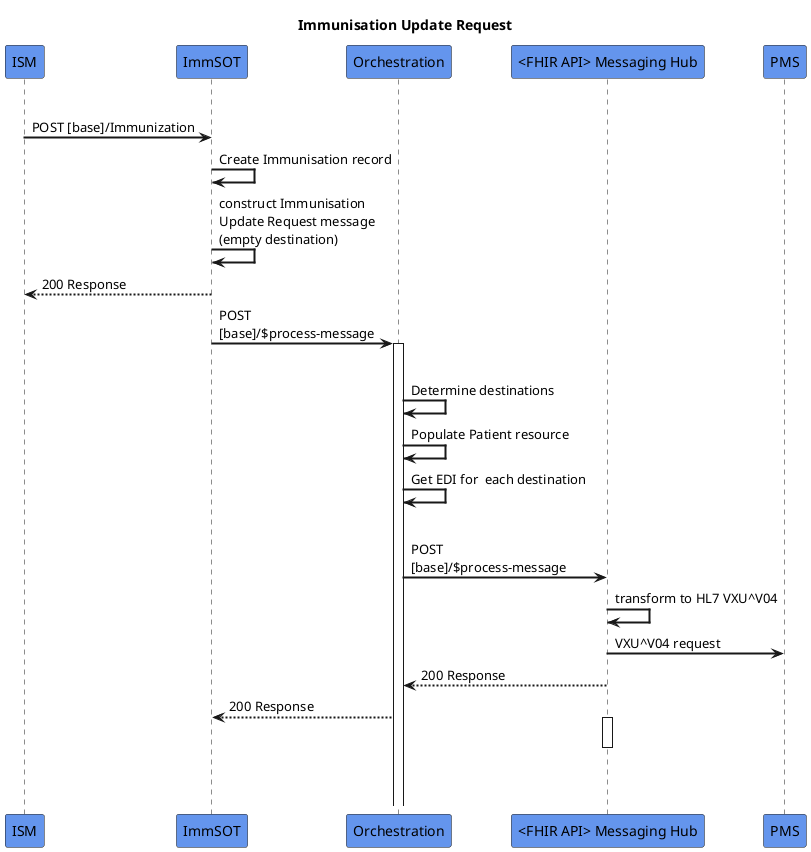
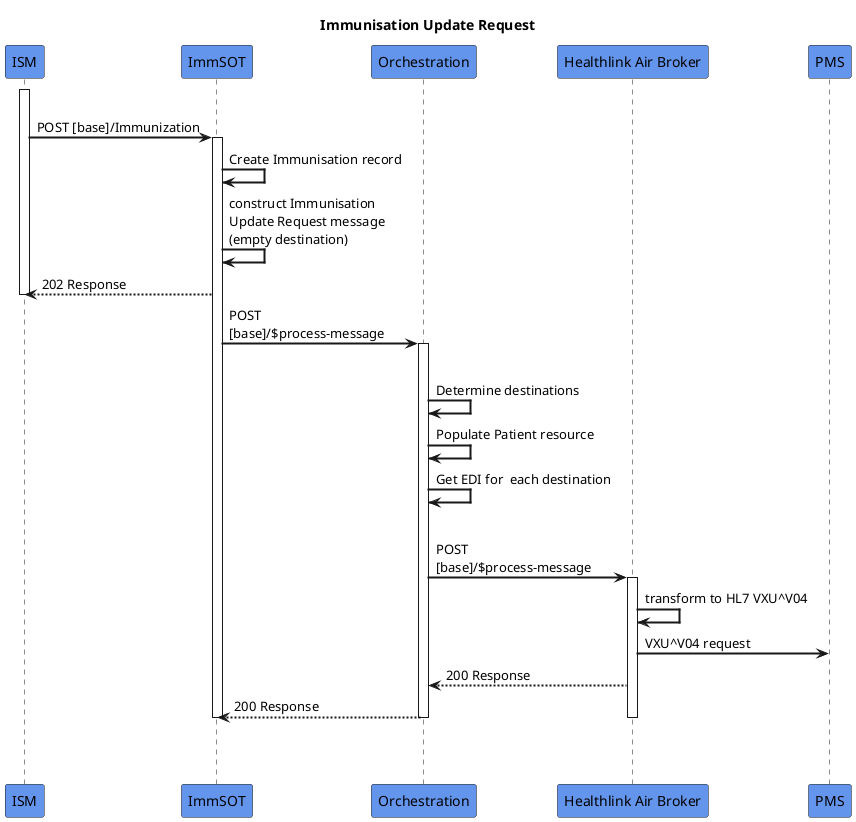
@startuml
skinparam sequenceArrowThickness 2
skinparam roundcorner 5
skinparam maxmessagesize 180
skinparam sequenceParticipant bold
title  Immunisation Update Request
participant "ISM" as AA #CornflowerBlue
participant "ImmSOT" as A #CornflowerBlue
participant "Orchestration" as B #CornflowerBlue
- participant "<FHIR API> Messaging Hub" as C #CornflowerBlue
+ participant "Healthlink Air Broker" as C #CornflowerBlue
participant "PMS" as D #CornflowerBlue
|||
- 
+ activate AA
AA -> A: POST [base]/Immunization
+ activate A
A -> A: Create Immunisation record
A -> A: construct Immunisation Update Request message (empty destination)
- A -[dashed]-> AA:  200 Response
+ A -[dashed]-> AA:  202 Response
+ deactivate AA
A -> B: POST [base]/$process-message

activate B
|||
B -> B: Determine destinations
B -> B: Populate Patient resource
B -> B: Get EDI for  each destination
|||
B -> C: POST [base]/$process-message
+ activate C
C -> C:  transform to HL7 VXU^V04
C -> D: VXU^V04 request
C -[dashed]-> B:  200 Response
B -[dashed]-> A: 200 Response
- activate C
+ deactivate B
|||
deactivate C
+ deactivate A
|||
@enduml